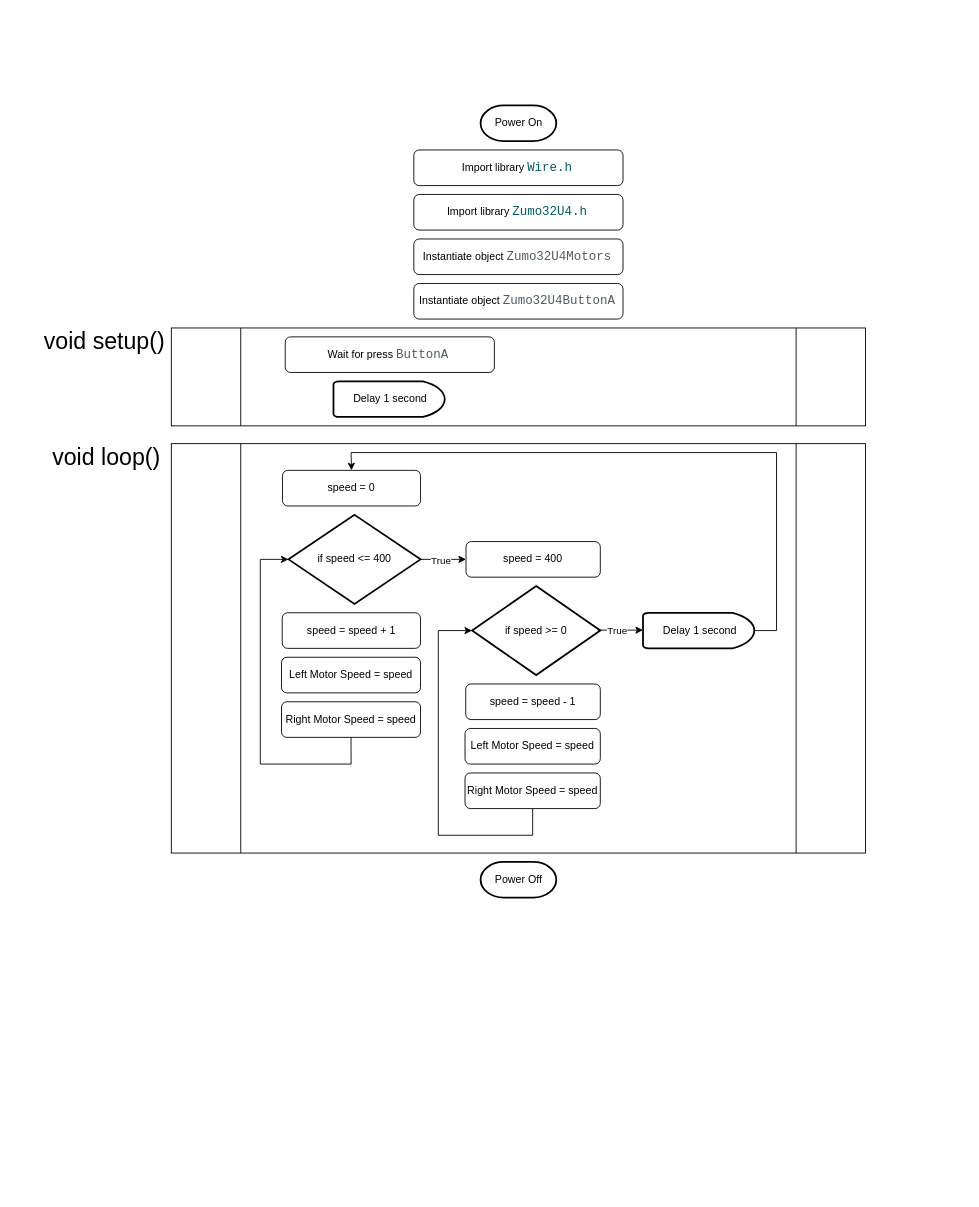
This is Untitled Diagram.drawio from jamesking020773/jamesking020773.github.io, a draw.io file, before an edit. Source tidied: cells renumbered, new cells numbered last; positions are measured from the earlier drawing's top-left corner, leaving out a move shared by most shapes. Both pictures are drawn from the tidied source at 89%, with x=0, y=0 at pixel (15, 105).
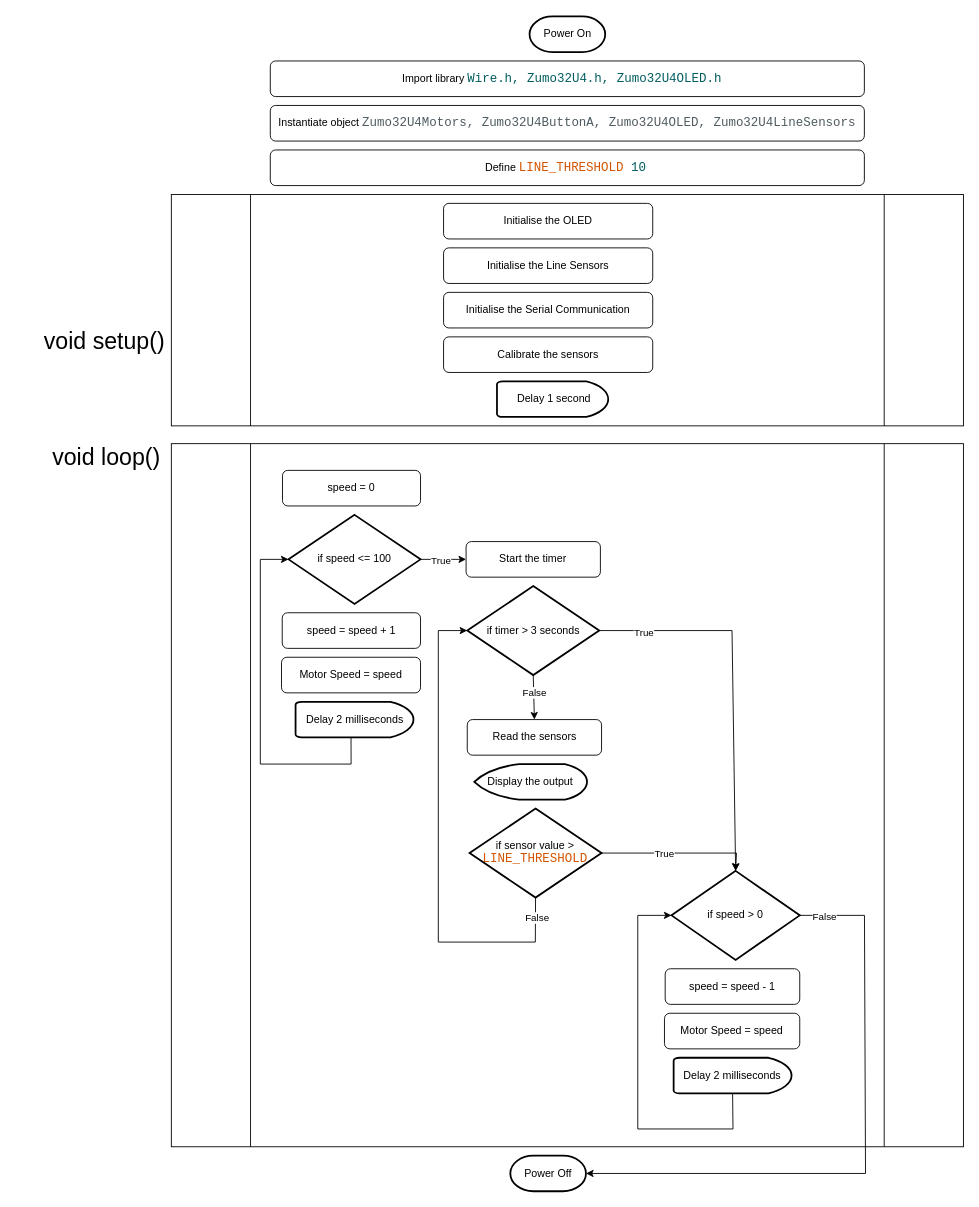
The same page after the edit.

Unchanged cells that the change refers to:
```xml
<mxCell id="14" value="speed = 0" style="rounded=1;whiteSpace=wrap;html=1;" parent="1" vertex="1">
  <mxGeometry x="299.9" y="410" width="155.1" height="40" as="geometry" />
</mxCell>
```

The edit, as a diff of the source:
```diff
@@
     <mxCell id="2" value="Power On" style="strokeWidth=2;html=1;shape=mxgraph.flowchart.terminator;whiteSpace=wrap;" parent="1" vertex="1">
-      <mxGeometry x="522.5" width="85" height="40" as="geometry" />
+      <mxGeometry x="577.5" y="-100" width="85" height="40" as="geometry" />
     </mxCell>
     <mxCell id="3" value="Power Off" style="strokeWidth=2;html=1;shape=mxgraph.flowchart.terminator;whiteSpace=wrap;" parent="1" vertex="1">
-      <mxGeometry x="522.5" y="850" width="85" height="40" as="geometry" />
+      <mxGeometry x="555.9" y="1180" width="85" height="40" as="geometry" />
     </mxCell>
-    <mxCell id="4" value="Instantiate object&amp;nbsp;&lt;span style=&quot;background-color: rgb(255, 255, 255); color: rgb(78, 91, 97); font-family: Consolas, &amp;quot;Courier New&amp;quot;, monospace; font-size: 14px; white-space: pre;&quot;&gt;Zumo32U4Motors&lt;/span&gt;&lt;span style=&quot;background-color: initial;&quot;&gt;&amp;nbsp;&lt;/span&gt;" style="rounded=1;whiteSpace=wrap;html=1;" parent="1" vertex="1">
-      <mxGeometry x="447.5" y="150" width="235" height="40" as="geometry" />
+    <mxCell id="4" value="Instantiate object&amp;nbsp;&lt;span style=&quot;background-color: rgb(255, 255, 255); color: rgb(78, 91, 97); font-family: Consolas, &amp;quot;Courier New&amp;quot;, monospace; font-size: 14px; white-space: pre;&quot;&gt;Zumo32U4Motors, &lt;/span&gt;&lt;span style=&quot;color: rgb(78, 91, 97); font-family: Consolas, &amp;quot;Courier New&amp;quot;, monospace; font-size: 14px; white-space: pre; background-color: rgb(255, 255, 255);&quot;&gt;Zumo32U4ButtonA, &lt;/span&gt;&lt;span style=&quot;background-color: rgb(255, 255, 255); color: rgb(78, 91, 97); font-family: Consolas, &amp;quot;Courier New&amp;quot;, monospace; font-size: 14px; white-space: pre;&quot;&gt;Zumo32U4OLED, &lt;/span&gt;&lt;span style=&quot;background-color: rgb(255, 255, 255); color: rgb(78, 91, 97); font-family: Consolas, &amp;quot;Courier New&amp;quot;, monospace; font-size: 14px; white-space: pre;&quot;&gt;Zumo32U4LineSensors&lt;/span&gt;" style="rounded=1;whiteSpace=wrap;html=1;" parent="1" vertex="1">
+      <mxGeometry x="286.2" width="667.5" height="40" as="geometry" />
     </mxCell>
-    <mxCell id="5" value="Instantiate object&amp;nbsp;&lt;span style=&quot;background-color: rgb(255, 255, 255); color: rgb(78, 91, 97); font-family: Consolas, &amp;quot;Courier New&amp;quot;, monospace; font-size: 14px; white-space: pre;&quot;&gt;Zumo32U4ButtonA&lt;/span&gt;&lt;span style=&quot;background-color: initial;&quot;&gt;&amp;nbsp;&lt;/span&gt;" style="rounded=1;whiteSpace=wrap;html=1;" parent="1" vertex="1">
-      <mxGeometry x="447.5" y="200" width="235" height="40" as="geometry" />
-    </mxCell>
-    <mxCell id="6" value="Import library&amp;nbsp;&lt;span style=&quot;color: rgb(0, 92, 95); background-color: rgb(255, 255, 255); font-family: Consolas, &amp;quot;Courier New&amp;quot;, monospace; font-size: 14px; white-space: pre;&quot;&gt;Wire.h&lt;/span&gt;&lt;span style=&quot;background-color: initial;&quot;&gt;&amp;nbsp;&lt;/span&gt;" style="rounded=1;whiteSpace=wrap;html=1;" parent="1" vertex="1">
-      <mxGeometry x="447.5" y="50" width="235" height="40" as="geometry" />
+    <mxCell id="6" value="Import library&amp;nbsp;&lt;span style=&quot;color: rgb(0, 92, 95); background-color: rgb(255, 255, 255); font-family: Consolas, &amp;quot;Courier New&amp;quot;, monospace; font-size: 14px; white-space: pre;&quot;&gt;Wire.h, &lt;/span&gt;&lt;span style=&quot;color: rgb(0, 92, 95); font-family: Consolas, &amp;quot;Courier New&amp;quot;, monospace; font-size: 14px; white-space: pre; background-color: rgb(255, 255, 255);&quot;&gt;Zumo32U4.h, &lt;/span&gt;&lt;span style=&quot;color: rgb(0, 92, 95); background-color: rgb(255, 255, 255); font-family: Consolas, &amp;quot;Courier New&amp;quot;, monospace; font-size: 14px; white-space: pre;&quot;&gt;Zumo32U4OLED.h&lt;/span&gt;&lt;span style=&quot;color: rgb(0, 92, 95); font-family: Consolas, &amp;quot;Courier New&amp;quot;, monospace; font-size: 14px; white-space: pre; background-color: rgb(255, 255, 255);&quot;&gt; &lt;/span&gt;&lt;span style=&quot;background-color: initial;&quot;&gt;&amp;nbsp;&lt;/span&gt;" style="rounded=1;whiteSpace=wrap;html=1;" parent="1" vertex="1">
+      <mxGeometry x="286.2" y="-50" width="667.5" height="40" as="geometry" />
     </mxCell>
-    <mxCell id="7" value="Import library&amp;nbsp;&lt;span style=&quot;color: rgb(0, 92, 95); background-color: rgb(255, 255, 255); font-family: Consolas, &amp;quot;Courier New&amp;quot;, monospace; font-size: 14px; white-space: pre;&quot;&gt;Zumo32U4.h&lt;/span&gt;&lt;span style=&quot;background-color: initial;&quot;&gt;&amp;nbsp;&lt;/span&gt;" style="rounded=1;whiteSpace=wrap;html=1;" parent="1" vertex="1">
-      <mxGeometry x="447.5" y="100" width="235" height="40" as="geometry" />
-    </mxCell>
     <mxCell id="8" style="shape=process;whiteSpace=wrap;html=1;backgroundOutline=1;" parent="1" vertex="1">
-      <mxGeometry x="175" y="250" width="780" height="110" as="geometry" />
+      <mxGeometry x="175" y="100" width="890" height="260" as="geometry" />
     </mxCell>
-    <mxCell id="9" value="Wait for press&amp;nbsp;&lt;span style=&quot;background-color: rgb(255, 255, 255); color: rgb(78, 91, 97); font-family: Consolas, &amp;quot;Courier New&amp;quot;, monospace; font-size: 14px; white-space: pre;&quot;&gt;ButtonA&lt;/span&gt;&lt;span style=&quot;background-color: initial;&quot;&gt;&amp;nbsp;&lt;/span&gt;" style="rounded=1;whiteSpace=wrap;html=1;" parent="1" vertex="1">
-      <mxGeometry x="303" y="260" width="235" height="40" as="geometry" />
+    <mxCell id="9" value="Initialise the OLED" style="rounded=1;whiteSpace=wrap;html=1;" parent="1" vertex="1">
+      <mxGeometry x="480.9" y="110" width="235" height="40" as="geometry" />
     </mxCell>
     <mxCell id="10" value="&amp;nbsp;Delay 1 second" style="strokeWidth=2;html=1;shape=mxgraph.flowchart.delay;whiteSpace=wrap;" parent="1" vertex="1">
-      <mxGeometry x="357.2" y="310" width="125" height="40" as="geometry" />
+      <mxGeometry x="540.9" y="310" width="125" height="40" as="geometry" />
     </mxCell>
@@
     <mxCell id="12" style="shape=process;whiteSpace=wrap;html=1;backgroundOutline=1;" parent="1" vertex="1">
-      <mxGeometry x="175" y="380" width="780" height="460" as="geometry" />
+      <mxGeometry x="175" y="380" width="890" height="790" as="geometry" />
     </mxCell>
@@
-    <mxCell id="15" value="if speed &amp;lt;= 400" style="strokeWidth=2;html=1;shape=mxgraph.flowchart.decision;whiteSpace=wrap;" parent="1" vertex="1">
+    <mxCell id="15" value="if speed &amp;lt;= 100" style="strokeWidth=2;html=1;shape=mxgraph.flowchart.decision;whiteSpace=wrap;" parent="1" vertex="1">
       <mxGeometry x="306.7" y="460" width="148.3" height="100" as="geometry" />
     </mxCell>
@@
-    <mxCell id="17" value="Left Motor Speed = speed" style="rounded=1;whiteSpace=wrap;html=1;" parent="1" vertex="1">
+    <mxCell id="17" value="Motor Speed = speed" style="rounded=1;whiteSpace=wrap;html=1;" parent="1" vertex="1">
       <mxGeometry x="298.8" y="620" width="156.2" height="40" as="geometry" />
     </mxCell>
-    <mxCell id="18" value="Right Motor Speed = speed" style="rounded=1;whiteSpace=wrap;html=1;" parent="1" vertex="1">
-      <mxGeometry x="298.8" y="670" width="156.2" height="40" as="geometry" />
-    </mxCell>
-    <mxCell id="19" value="speed = 400" style="rounded=1;whiteSpace=wrap;html=1;" parent="1" vertex="1">
-      <mxGeometry x="506.1" y="490" width="150.9" height="40" as="geometry" />
+    <mxCell id="19" value="Start the timer" style="rounded=1;whiteSpace=wrap;html=1;" parent="1" vertex="1">
+      <mxGeometry x="506.2" y="490" width="150.9" height="40" as="geometry" />
     </mxCell>
-    <mxCell id="20" value="if speed &amp;gt;= 0" style="strokeWidth=2;html=1;shape=mxgraph.flowchart.decision;whiteSpace=wrap;" parent="1" vertex="1">
-      <mxGeometry x="512.9" y="540" width="144.1" height="100" as="geometry" />
+    <mxCell id="20" value="if speed &amp;gt; 0" style="strokeWidth=2;html=1;shape=mxgraph.flowchart.decision;whiteSpace=wrap;" parent="1" vertex="1">
+      <mxGeometry x="737" y="860" width="144.1" height="100" as="geometry" />
     </mxCell>
     <mxCell id="21" value="speed = speed - 1" style="rounded=1;whiteSpace=wrap;html=1;" parent="1" vertex="1">
-      <mxGeometry x="505.8" y="650" width="151.2" height="40" as="geometry" />
+      <mxGeometry x="729.9" y="970" width="151.2" height="40" as="geometry" />
     </mxCell>
-    <mxCell id="22" value="Left Motor Speed = speed" style="rounded=1;whiteSpace=wrap;html=1;" parent="1" vertex="1">
-      <mxGeometry x="505" y="700" width="152" height="40" as="geometry" />
+    <mxCell id="22" value="Motor Speed = speed" style="rounded=1;whiteSpace=wrap;html=1;" parent="1" vertex="1">
+      <mxGeometry x="729.1" y="1020" width="152" height="40" as="geometry" />
     </mxCell>
-    <mxCell id="23" value="Right Motor Speed = speed" style="rounded=1;whiteSpace=wrap;html=1;" parent="1" vertex="1">
-      <mxGeometry x="505" y="750" width="152" height="40" as="geometry" />
-    </mxCell>
-    <mxCell id="24" value="&amp;nbsp;Delay 1 second" style="strokeWidth=2;html=1;shape=mxgraph.flowchart.delay;whiteSpace=wrap;" parent="1" vertex="1">
-      <mxGeometry x="705" y="570" width="125" height="40" as="geometry" />
-    </mxCell>
-    <mxCell id="25" style="endArrow=classic;html=1;rounded=0;entryX=0;entryY=0.5;entryDx=0;entryDy=0;entryPerimeter=0;exitX=0.5;exitY=1;exitDx=0;exitDy=0;" parent="1" edge="1" source="23" target="20">
+    <mxCell id="25" style="endArrow=classic;html=1;rounded=0;entryX=0;entryY=0.5;entryDx=0;entryDy=0;entryPerimeter=0;exitX=0.5;exitY=1;exitDx=0;exitDy=0;exitPerimeter=0;" parent="1" edge="1" source="37" target="20">
       <mxGeometry relative="1" as="geometry">
         <Array as="points">
-          <mxPoint x="581" y="820" />
-          <mxPoint x="475" y="820" />
-          <mxPoint x="475" y="590" />
+          <mxPoint x="806.1" y="1150" />
+          <mxPoint x="699.1" y="1150" />
+          <mxPoint x="699.1" y="910" />
         </Array>
       </mxGeometry>
     </mxCell>
@@
-    <mxCell id="28" style="endArrow=classic;html=1;rounded=0;exitX=1;exitY=0.5;exitDx=0;exitDy=0;exitPerimeter=0;entryX=0;entryY=0.5;entryDx=0;entryDy=0;" parent="1" edge="1">
+    <mxCell id="28" style="endArrow=classic;html=1;rounded=0;exitX=1;exitY=0.5;exitDx=0;exitDy=0;exitPerimeter=0;entryX=0.5;entryY=0;entryDx=0;entryDy=0;entryPerimeter=0;" parent="1" edge="1" source="39" target="20">
       <mxGeometry relative="1" as="geometry">
-        <mxPoint x="654" y="589.5" as="sourcePoint" />
-        <mxPoint x="705" y="589.5" as="targetPoint" />
+        <Array as="points">
+          <mxPoint x="810" y="840" />
+        </Array>
       </mxGeometry>
     </mxCell>
@@
-    <mxCell id="30" style="endArrow=classic;html=1;rounded=0;exitX=0.5;exitY=1;exitDx=0;exitDy=0;entryX=0;entryY=0.5;entryDx=0;entryDy=0;entryPerimeter=0;" parent="1" edge="1" source="18" target="15">
+    <mxCell id="30" style="endArrow=classic;html=1;rounded=0;exitX=0.5;exitY=1;exitDx=0;exitDy=0;entryX=0;entryY=0.5;entryDx=0;entryDy=0;entryPerimeter=0;" parent="1" edge="1" target="15">
       <mxGeometry relative="1" as="geometry">
+        <mxPoint x="376.9" y="710" as="sourcePoint" />
         <Array as="points">
           <mxPoint x="377" y="740" />
           <mxPoint x="275" y="740" />
           <mxPoint x="275" y="510" />
         </Array>
       </mxGeometry>
     </mxCell>
-    <mxCell id="31" style="endArrow=classic;html=1;rounded=0;exitX=1;exitY=0.5;exitDx=0;exitDy=0;exitPerimeter=0;entryX=0.5;entryY=0;entryDx=0;entryDy=0;" parent="1" edge="1" source="24" target="14">
-      <mxGeometry relative="1" as="geometry">
-        <Array as="points">
-          <mxPoint x="855" y="590" />
-          <mxPoint x="855" y="390" />
-          <mxPoint x="377" y="390" />
-        </Array>
-      </mxGeometry>
-    </mxCell>
+    <mxCell id="32" value="Define&amp;nbsp;&lt;span style=&quot;font-family: Consolas, &amp;quot;Courier New&amp;quot;, monospace; font-size: 14px; white-space: pre; color: rgb(211, 84, 0);&quot;&gt;LINE_THRESHOLD&lt;/span&gt;&lt;span style=&quot;background-color: rgb(255, 255, 255); color: rgb(78, 91, 97); font-family: Consolas, &amp;quot;Courier New&amp;quot;, monospace; font-size: 14px; white-space: pre;&quot;&gt; &lt;/span&gt;&lt;span style=&quot;font-family: Consolas, &amp;quot;Courier New&amp;quot;, monospace; font-size: 14px; white-space: pre; color: rgb(0, 92, 95);&quot;&gt;10&lt;/span&gt;&lt;span style=&quot;background-color: initial;&quot;&gt;&amp;nbsp;&lt;/span&gt;" style="rounded=1;whiteSpace=wrap;html=1;" parent="1" vertex="1">
+      <mxGeometry x="286.2" y="50" width="667.5" height="40" as="geometry" />
+    </mxCell>
+    <mxCell id="33" value="Initialise the Line Sensors" style="rounded=1;whiteSpace=wrap;html=1;" parent="1" vertex="1">
+      <mxGeometry x="480.9" y="160" width="235" height="40" as="geometry" />
+    </mxCell>
+    <mxCell id="34" value="Initialise the Serial Communication" style="rounded=1;whiteSpace=wrap;html=1;" parent="1" vertex="1">
+      <mxGeometry x="480.9" y="210" width="235" height="40" as="geometry" />
+    </mxCell>
+    <mxCell id="35" value="Calibrate the sensors" style="rounded=1;whiteSpace=wrap;html=1;" parent="1" vertex="1">
+      <mxGeometry x="480.9" y="260" width="235" height="40" as="geometry" />
+    </mxCell>
+    <mxCell id="36" value="Delay 2 milliseconds" style="strokeWidth=2;html=1;shape=mxgraph.flowchart.delay;whiteSpace=wrap;" parent="1" vertex="1">
+      <mxGeometry x="314.6" y="670" width="132.5" height="40" as="geometry" />
+    </mxCell>
+    <mxCell id="37" value="Delay 2 milliseconds" style="strokeWidth=2;html=1;shape=mxgraph.flowchart.delay;whiteSpace=wrap;" parent="1" vertex="1">
+      <mxGeometry x="739.4" y="1070" width="132.5" height="40" as="geometry" />
+    </mxCell>
+    <mxCell id="38" value="Read the sensors" style="rounded=1;whiteSpace=wrap;html=1;" parent="1" vertex="1">
+      <mxGeometry x="507.5" y="690" width="150.9" height="40" as="geometry" />
+    </mxCell>
+    <mxCell id="39" value="if sensor value &amp;gt;&lt;div&gt;&lt;span style=&quot;color: rgb(211, 84, 0); font-family: Consolas, &amp;quot;Courier New&amp;quot;, monospace; font-size: 14px; white-space: pre;&quot;&gt;LINE_THRESHOLD&lt;/span&gt;&lt;br&gt;&lt;/div&gt;" style="strokeWidth=2;html=1;shape=mxgraph.flowchart.decision;whiteSpace=wrap;" parent="1" vertex="1">
+      <mxGeometry x="510.1" y="790" width="148.3" height="100" as="geometry" />
+    </mxCell>
+    <mxCell id="40" value="Display the output" style="strokeWidth=2;html=1;shape=mxgraph.flowchart.display;whiteSpace=wrap;" parent="1" vertex="1">
+      <mxGeometry x="515.4" y="740" width="126.7" height="40" as="geometry" />
+    </mxCell>
+    <mxCell id="41" style="endArrow=classic;html=1;rounded=0;exitX=1;exitY=0.5;exitDx=0;exitDy=0;exitPerimeter=0;entryX=1;entryY=0.5;entryDx=0;entryDy=0;entryPerimeter=0;" parent="1" edge="1" source="20" target="3">
+      <mxGeometry relative="1" as="geometry">
+        <Array as="points">
+          <mxPoint x="953.8" y="910" />
+          <mxPoint x="955" y="1200" />
+        </Array>
+      </mxGeometry>
+    </mxCell>
+    <mxCell id="42" value="False" style="edgeLabel;html=1;align=center;verticalAlign=middle;" parent="41" vertex="1">
+      <mxGeometry x="-0.92" y="-1" relative="1" as="geometry" />
+    </mxCell>
+    <mxCell id="43" value="if timer &amp;gt; 3 seconds" style="strokeWidth=2;html=1;shape=mxgraph.flowchart.decision;whiteSpace=wrap;" parent="1" vertex="1">
+      <mxGeometry x="507.5" y="540" width="148.3" height="100" as="geometry" />
+    </mxCell>
+    <mxCell id="44" style="endArrow=classic;html=1;rounded=0;exitX=1;exitY=0.5;exitDx=0;exitDy=0;exitPerimeter=0;entryX=0.5;entryY=0;entryDx=0;entryDy=0;entryPerimeter=0;" parent="1" edge="1" source="43" target="20">
+      <mxGeometry relative="1" as="geometry">
+        <Array as="points">
+          <mxPoint x="805" y="590" />
+        </Array>
+      </mxGeometry>
+    </mxCell>
+    <mxCell id="45" value="True" style="edgeLabel;html=1;align=center;verticalAlign=middle;" parent="44" vertex="1">
+      <mxGeometry x="-0.76" y="-2" relative="1" as="geometry" />
+    </mxCell>
+    <mxCell id="46" style="endArrow=classic;html=1;rounded=0;exitX=0.5;exitY=1;exitDx=0;exitDy=0;exitPerimeter=0;entryX=0.5;entryY=0;entryDx=0;entryDy=0;" parent="1" edge="1" source="43" target="38">
+      <mxGeometry relative="1" as="geometry" />
+    </mxCell>
+    <mxCell id="47" value="False" style="edgeLabel;html=1;align=center;verticalAlign=middle;" parent="46" vertex="1">
+      <mxGeometry x="-0.2" relative="1" as="geometry" />
+    </mxCell>
+    <mxCell id="48" style="endArrow=classic;html=1;rounded=0;exitX=0.5;exitY=1;exitDx=0;exitDy=0;exitPerimeter=0;entryX=0;entryY=0.5;entryDx=0;entryDy=0;entryPerimeter=0;" parent="1" edge="1" source="39" target="43">
+      <mxGeometry relative="1" as="geometry">
+        <Array as="points">
+          <mxPoint x="584" y="940" />
+          <mxPoint x="475" y="940" />
+          <mxPoint x="475" y="590" />
+        </Array>
+      </mxGeometry>
+    </mxCell>
+    <mxCell id="49" value="False" style="edgeLabel;html=1;align=center;verticalAlign=middle;" parent="48" vertex="1">
+      <mxGeometry x="-0.92" y="1" relative="1" as="geometry" />
+    </mxCell>
```
